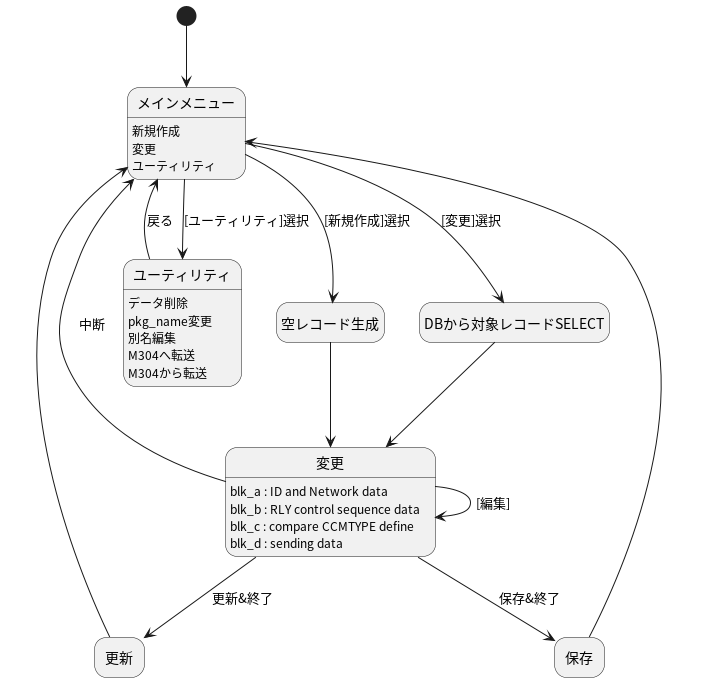
Earlier version of the PlantUML export public_html/docs/state.png (mhorimoto/M304-lowcode).
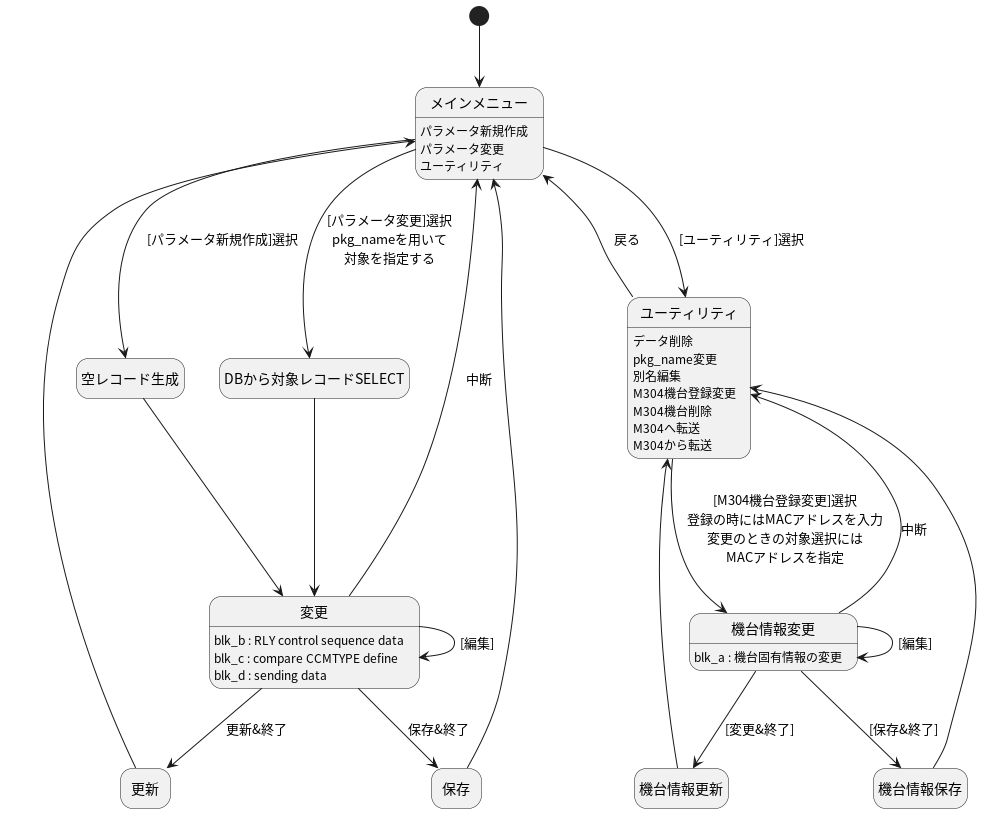
Above is the later version.

Change to the diagram source:
```diff
@@ -3,17 +3,24 @@
 [*] --> メインメニュー
 
 state メインメニュー  {
-    メインメニュー : 新規作成
-    メインメニュー : 変更
+    メインメニュー : パラメータ新規作成
+    メインメニュー : パラメータ変更
     メインメニュー : ユーティリティ
 }
 
-メインメニュー --> 空レコード生成 : [新規作成]選択
-メインメニュー --> DBから対象レコードSELECT : [変更]選択
+メインメニュー --> 空レコード生成 : [パラメータ新規作成]選択
+メインメニュー --> DBから対象レコードSELECT : [パラメータ変更]選択\npkg_nameを用いて\n対象を指定する
 空レコード生成 --> 変更
 DBから対象レコードSELECT --> 変更
 メインメニュー --> ユーティリティ : [ユーティリティ]選択
 ユーティリティ --> メインメニュー : 戻る
+ユーティリティ --> 機台情報変更 : [M304機台登録変更]選択\n登録の時にはMACアドレスを入力\n変更のときの対象選択には\nMACアドレスを指定
+機台情報変更 --> ユーティリティ : 中断
+機台情報変更 --> 機台情報更新 : [変更&終了]
+機台情報更新 --> ユーティリティ
+機台情報変更 --> 機台情報保存 : [保存&終了]
+機台情報保存 --> ユーティリティ
+
 変更 --> メインメニュー : 中断
 変更 --> 更新 : 更新&終了
 更新 --> メインメニュー
@@ -24,15 +31,22 @@
     ユーティリティ : データ削除
     ユーティリティ : pkg_name変更
     ユーティリティ : 別名編集
+    ユーティリティ : M304機台登録変更
+    ユーティリティ : M304機台削除
     ユーティリティ : M304へ転送
     ユーティリティ : M304から転送
 }
 
 state 変更 {
-    変更 : blk_a : ID and Network data
     変更 : blk_b : RLY control sequence data
     変更 : blk_c : compare CCMTYPE define
     変更 : blk_d : sending data
 }
 変更 --> 変更 : [編集]
+
+state 機台情報変更 {
+    機台情報変更 : blk_a : 機台固有情報の変更
+}
+機台情報変更 --> 機台情報変更 : [編集]
+
 @enduml
```
